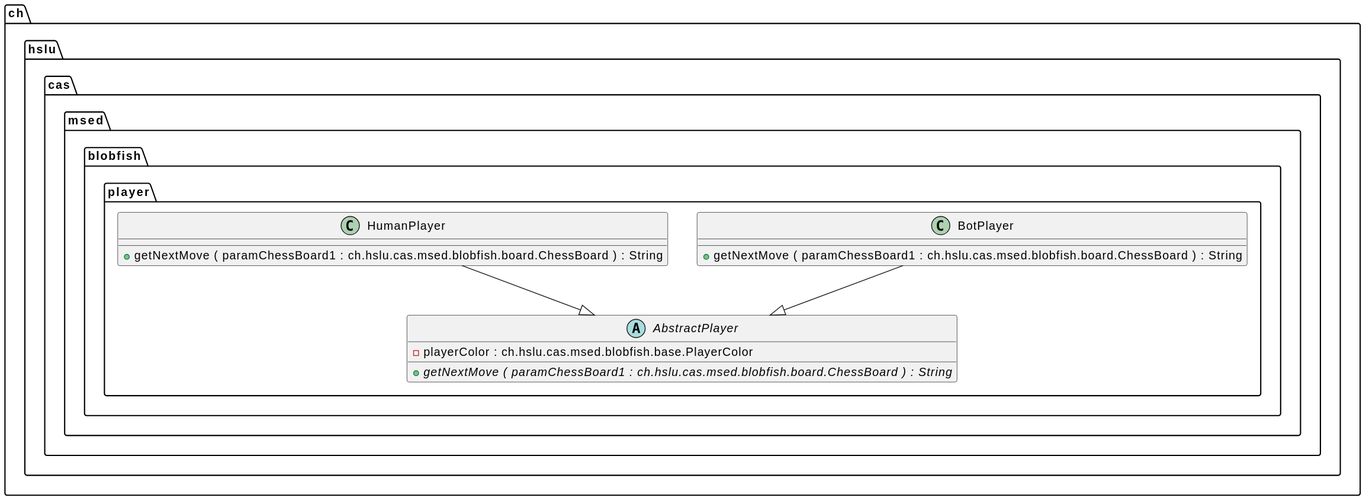
Before: docs/generated-diagrams/player.svg, a diagram exported from PlantUML (l2c0r3/blobfish).
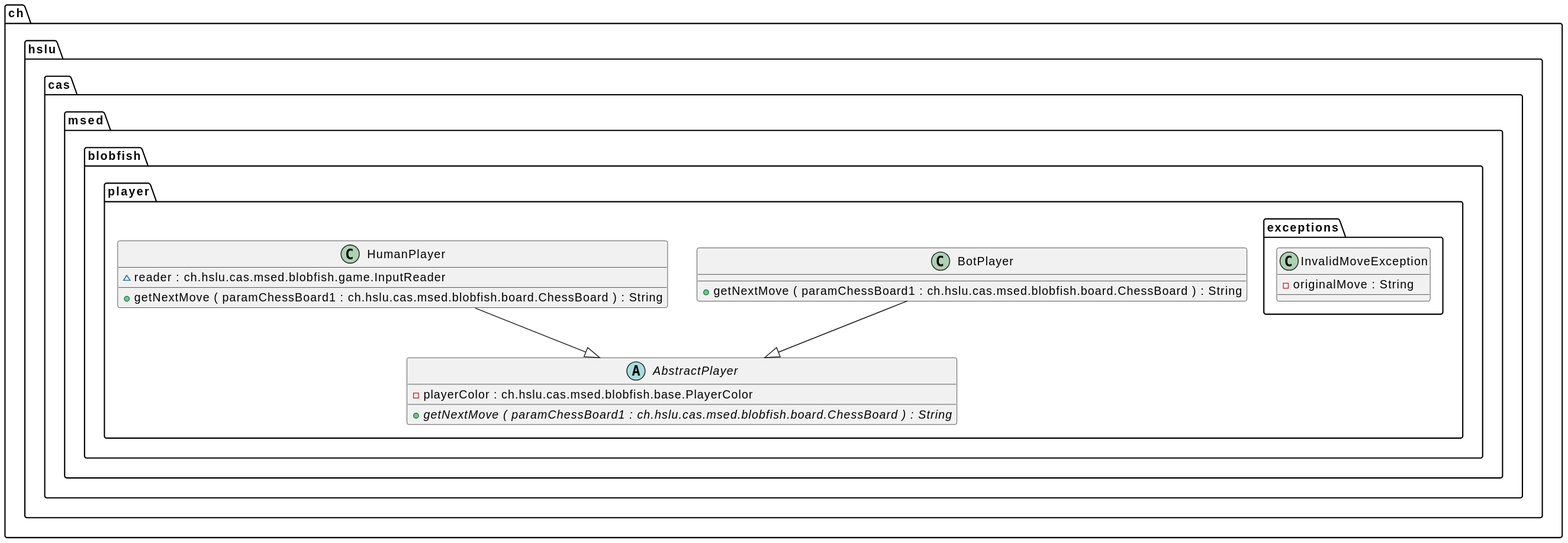
After the change.

Diff of the diagram source:
```diff
@@ -11,7 +11,13 @@
 
 
 class ch.hslu.cas.msed.blobfish.player.HumanPlayer {
+	{field} ~reader : ch.hslu.cas.msed.blobfish.game.InputReader
 	{method} +getNextMove ( paramChessBoard1 : ch.hslu.cas.msed.blobfish.board.ChessBoard ) : String
+}
+
+
+class ch.hslu.cas.msed.blobfish.player.exceptions.InvalidMoveException {
+	{field} -originalMove : String
 }
 
 
```
